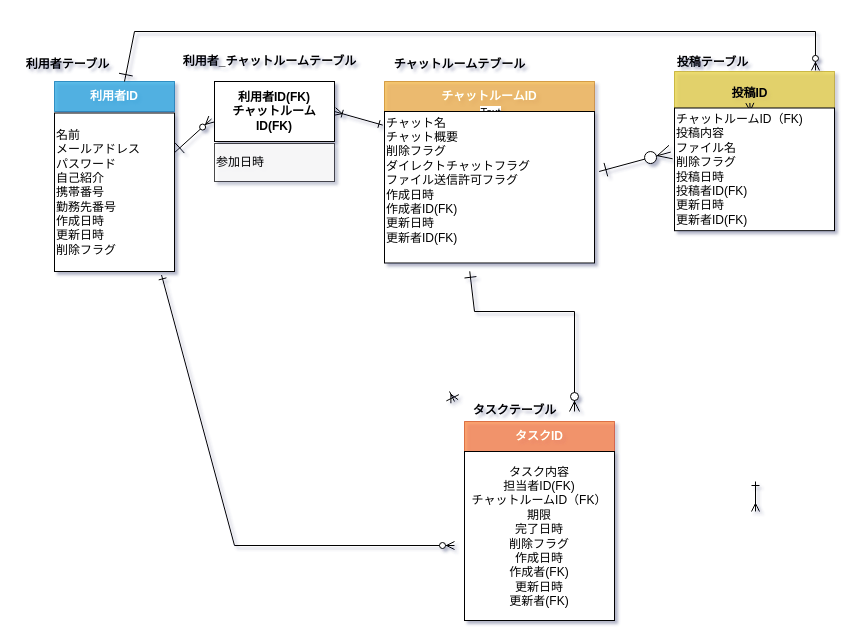
Yuina1012/quelcode-db keeps this draw.io diagram as db/db-challenge1/db-challenge1.drawio. Above is the earlier version. Source tidied: cells renumbered, new cells numbered last; positions are measured from the earlier drawing's top-left corner, leaving out a move shared by most shapes. Both pictures are drawn from the tidied source at 100%, with x=0, y=0 at pixel (17, 31).
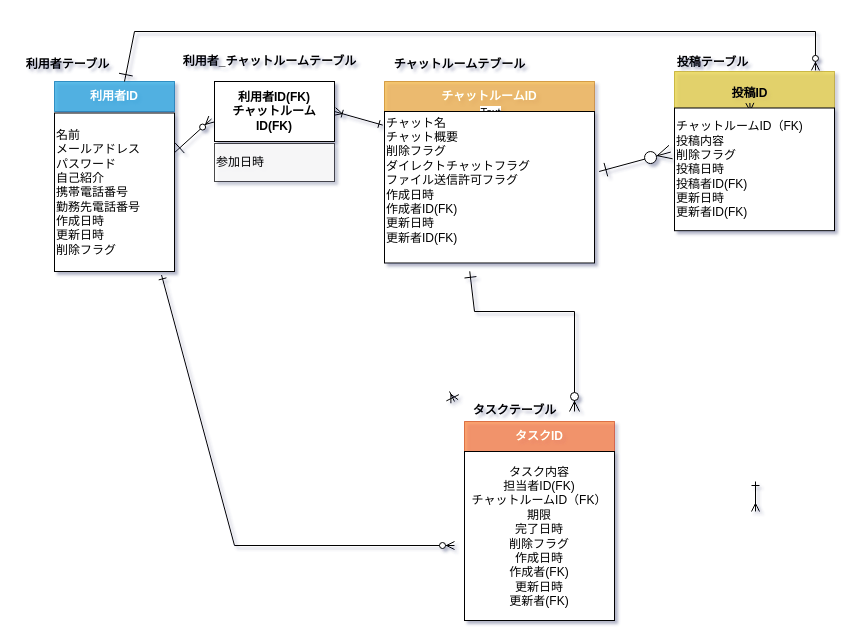
The same page after the edit.

Commit message:
ファイル名削除、電話番号命名カラム編集

The change refers to these unchanged cells:
```xml
<mxCell id="14" style="rounded=0;whiteSpace=wrap;html=1;fillColor=#e3c800;strokeColor=#B09500;fontColor=#ffffff;opacity=60;" parent="1" vertex="1">
  <mxGeometry x="657" y="40" width="160" height="157" as="geometry" />
</mxCell>
```

Diff of the diagram source:
```diff
@@
-    <mxCell id="4" value="名前&lt;br&gt;メールアドレス&lt;br&gt;パスワード&lt;br&gt;自己紹介&lt;br&gt;携帯番号&lt;br&gt;勤務先番号&lt;br&gt;作成日時&lt;br&gt;更新日時&lt;br&gt;削除フラグ" style="rounded=0;whiteSpace=wrap;html=1;align=left;" parent="1" vertex="1">
+    <mxCell id="4" value="名前&lt;br&gt;メールアドレス&lt;br&gt;パスワード&lt;br&gt;自己紹介&lt;br&gt;携帯電話番号&lt;br&gt;勤務先電話番号&lt;br&gt;作成日時&lt;br&gt;更新日時&lt;br&gt;削除フラグ" style="rounded=0;whiteSpace=wrap;html=1;align=left;" parent="1" vertex="1">
       <mxGeometry x="37" y="81.5" width="120" height="158.5" as="geometry" />
     </mxCell>
@@
-    <mxCell id="17" value="チャットルームID（FK)&lt;br&gt;投稿内容&lt;br&gt;ファイル名&lt;br&gt;削除フラグ&lt;br&gt;投稿日時&lt;br&gt;投稿者ID(FK)&lt;br&gt;更新日時&lt;br&gt;更新者ID(FK)" style="rounded=0;whiteSpace=wrap;html=1;align=left;" parent="14" vertex="1">
+    <mxCell id="17" value="チャットルームID（FK)&lt;br&gt;投稿内容&lt;br&gt;削除フラグ&lt;br&gt;投稿日時&lt;br&gt;投稿者ID(FK)&lt;br&gt;更新日時&lt;br&gt;更新者ID(FK)" style="rounded=0;whiteSpace=wrap;html=1;align=left;" parent="14" vertex="1">
       <mxGeometry y="36.5" width="160" height="122.7" as="geometry" />
     </mxCell>
```
